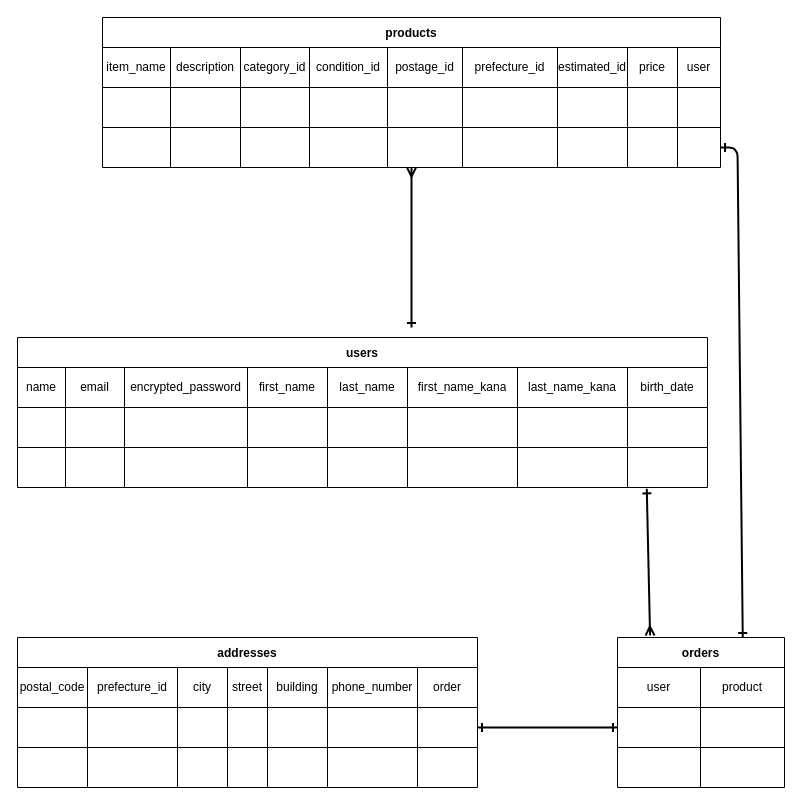
Above: DB.dio in meccheruda/furima-39347 (draw.io), before the change. Source tidied: cells renumbered, new cells numbered last; positions are measured from the earlier drawing's top-left corner, leaving out a move shared by most shapes. Both pictures are drawn from the tidied source at 100%, with x=0, y=0 at pixel (17, 17).
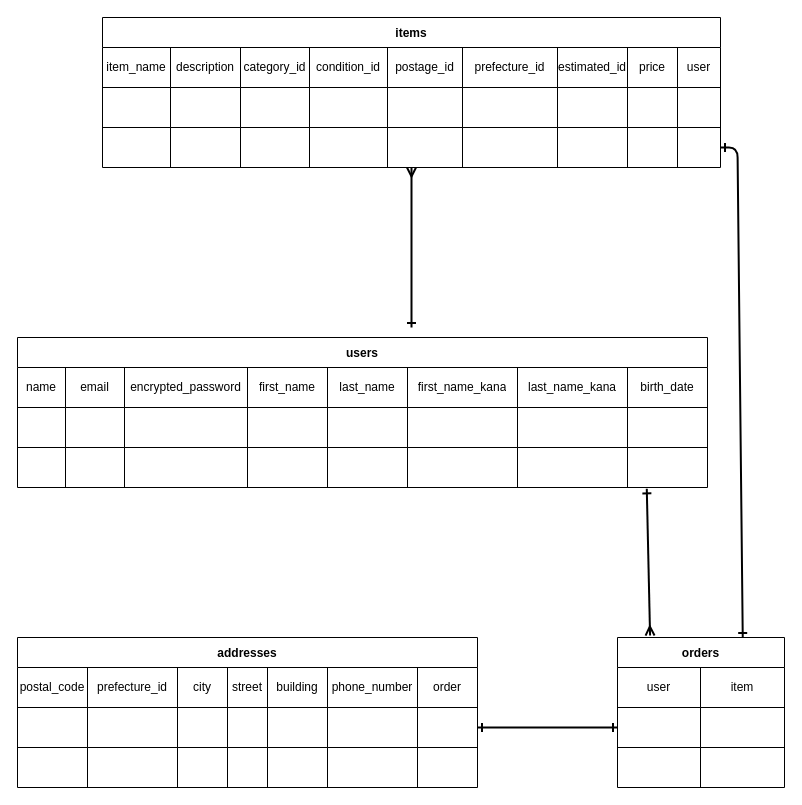
The same page after the edit.

Unchanged cells that the change refers to:
```xml
<mxCell id="89" style="shape=tableRow;horizontal=0;startSize=0;swimlaneHead=0;swimlaneBody=0;top=0;left=0;bottom=0;right=0;fillColor=none;" parent="88" vertex="1">
  <mxGeometry y="30" width="167" height="40" as="geometry" />
</mxCell>
```

Diff of the diagram source:
```diff
@@
-    <mxCell id="56" value="products" style="shape=table;startSize=30;childLayout=tableLayout;fontStyle=1;align=center;" parent="1" vertex="1">
+    <mxCell id="56" value="items" style="shape=table;startSize=30;childLayout=tableLayout;fontStyle=1;align=center;" parent="1" vertex="1">
       <mxGeometry x="85" width="618" height="150" as="geometry" />
     </mxCell>
@@
-    <mxCell id="91" value="product" style="shape=partialRectangle;html=1;whiteSpace=wrap;fillColor=none;top=0;left=0;bottom=0;right=0;overflow=hidden;" parent="89" vertex="1">
+    <mxCell id="91" value="item" style="shape=partialRectangle;html=1;whiteSpace=wrap;fillColor=none;top=0;left=0;bottom=0;right=0;overflow=hidden;" parent="89" vertex="1">
       <mxGeometry x="83" width="84" height="40" as="geometry" />
     </mxCell>
```
